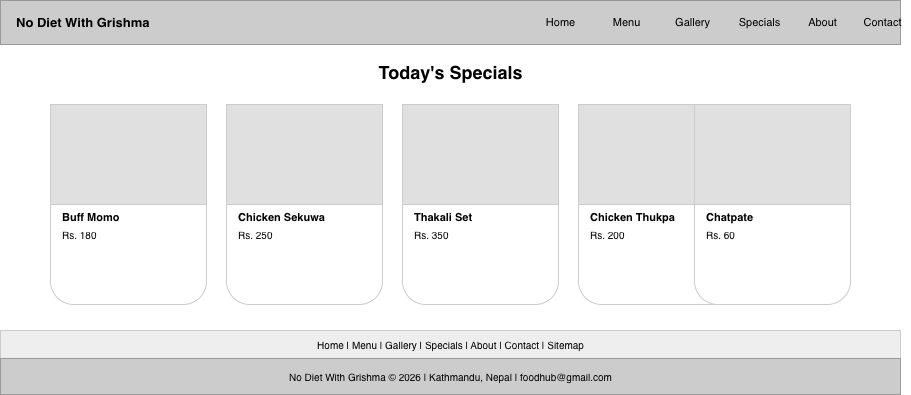
Above: wireframe/page4.png in bhattaraigrishma13-dev/IT-final-project (draw.io), before the change. Source tidied: cells renumbered, new cells last; positions are measured from the earlier drawing's top-left corner, leaving out a move shared by most shapes.
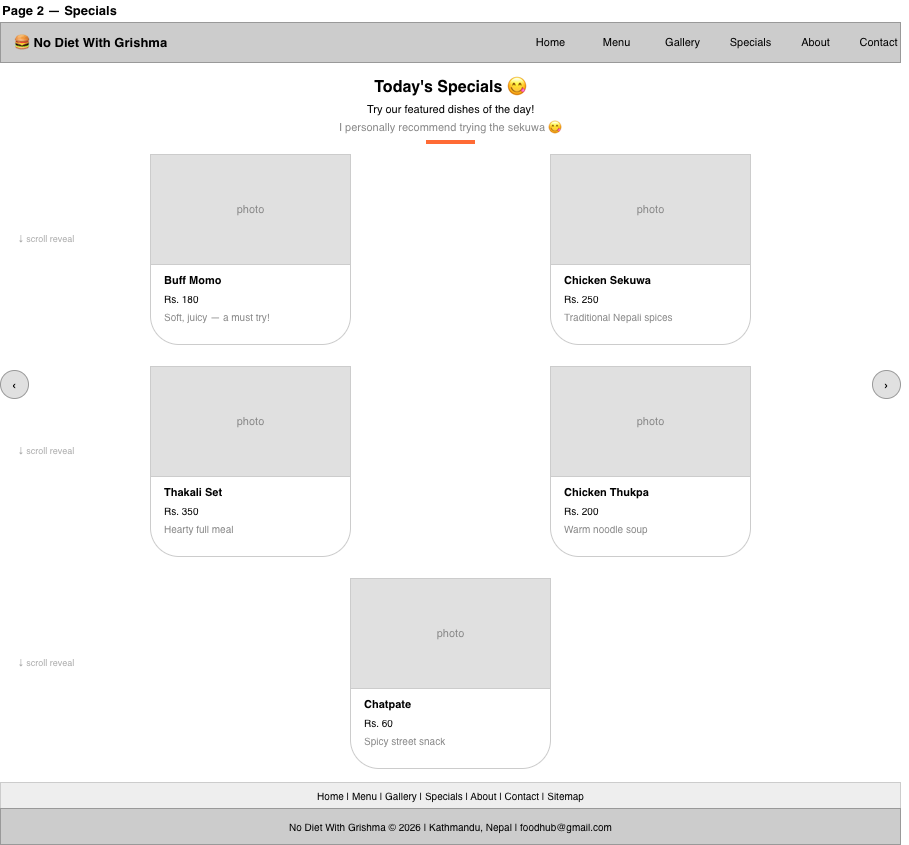
After the commit.

What changed in the source:
```diff
@@ -2,98 +2,155 @@
   <root>
     <mxCell id="0" />
     <mxCell id="1" parent="0" />
-    <mxCell id="2" style="fillColor=#cccccc;strokeColor=#999999;" parent="1" vertex="1">
-      <mxGeometry width="900" height="44" as="geometry" />
+    <mxCell id="2" value="Page 2 — Specials" style="text;html=1;align=left;verticalAlign=middle;fontSize=13;fontStyle=1;" parent="1" vertex="1">
+      <mxGeometry width="220" height="20" as="geometry" />
     </mxCell>
-    <mxCell id="3" value="No Diet With Grishma" style="text;html=1;align=left;verticalAlign=middle;fontSize=13;fontStyle=1;" parent="1" vertex="1">
-      <mxGeometry x="14" y="10" width="220" height="24" as="geometry" />
+    <mxCell id="3" style="fillColor=#cccccc;strokeColor=#999999;" parent="1" vertex="1">
+      <mxGeometry y="22" width="900" height="40" as="geometry" />
     </mxCell>
-    <mxCell id="4" value="Home" style="text;html=1;align=center;verticalAlign=middle;fontSize=11;" parent="1" vertex="1">
-      <mxGeometry x="530" y="10" width="60" height="24" as="geometry" />
+    <mxCell id="4" value="🍔 No Diet With Grishma" style="text;html=1;align=left;verticalAlign=middle;fontSize=13;fontStyle=1;" parent="1" vertex="1">
+      <mxGeometry x="12" y="30" width="220" height="24" as="geometry" />
     </mxCell>
-    <mxCell id="5" value="Menu" style="text;html=1;align=center;verticalAlign=middle;fontSize=11;" parent="1" vertex="1">
-      <mxGeometry x="596" y="10" width="60" height="24" as="geometry" />
+    <mxCell id="5" value="Home" style="text;html=1;align=center;verticalAlign=middle;fontSize=11;" parent="1" vertex="1">
+      <mxGeometry x="520" y="30" width="60" height="24" as="geometry" />
     </mxCell>
-    <mxCell id="6" value="Gallery" style="text;html=1;align=center;verticalAlign=middle;fontSize=11;" parent="1" vertex="1">
-      <mxGeometry x="662" y="10" width="60" height="24" as="geometry" />
+    <mxCell id="6" value="Menu" style="text;html=1;align=center;verticalAlign=middle;fontSize=11;" parent="1" vertex="1">
+      <mxGeometry x="586" y="30" width="60" height="24" as="geometry" />
     </mxCell>
-    <mxCell id="7" value="Specials" style="text;html=1;align=center;verticalAlign=middle;fontSize=11;" parent="1" vertex="1">
-      <mxGeometry x="728" y="10" width="62" height="24" as="geometry" />
+    <mxCell id="7" value="Gallery" style="text;html=1;align=center;verticalAlign=middle;fontSize=11;" parent="1" vertex="1">
+      <mxGeometry x="652" y="30" width="60" height="24" as="geometry" />
     </mxCell>
-    <mxCell id="8" value="About" style="text;html=1;align=center;verticalAlign=middle;fontSize=11;" parent="1" vertex="1">
-      <mxGeometry x="796" y="10" width="52" height="24" as="geometry" />
+    <mxCell id="8" value="Specials" style="text;html=1;align=center;verticalAlign=middle;fontSize=11;" parent="1" vertex="1">
+      <mxGeometry x="718" y="30" width="64" height="24" as="geometry" />
     </mxCell>
-    <mxCell id="9" value="Contact" style="text;html=1;align=center;verticalAlign=middle;fontSize=11;" parent="1" vertex="1">
-      <mxGeometry x="854" y="10" width="56" height="24" as="geometry" />
+    <mxCell id="9" value="About" style="text;html=1;align=center;verticalAlign=middle;fontSize=11;" parent="1" vertex="1">
+      <mxGeometry x="788" y="30" width="54" height="24" as="geometry" />
     </mxCell>
-    <mxCell id="10" value="Today's Specials" style="text;html=1;align=center;verticalAlign=middle;fontSize=18;fontStyle=1;" parent="1" vertex="1">
-      <mxGeometry x="280" y="58" width="340" height="28" as="geometry" />
+    <mxCell id="10" value="Contact" style="text;html=1;align=center;verticalAlign=middle;fontSize=11;" parent="1" vertex="1">
+      <mxGeometry x="848" y="30" width="60" height="24" as="geometry" />
     </mxCell>
-    <mxCell id="11" style="fillColor=#ffffff;strokeColor=#cccccc;rounded=1;" parent="1" vertex="1">
-      <mxGeometry x="50" y="104" width="156" height="200" as="geometry" />
+    <mxCell id="11" value="‹" style="ellipse;fillColor=#e0e0e0;strokeColor=#999999;fontSize=14;align=center;verticalAlign=middle;" parent="1" vertex="1">
+      <mxGeometry y="370" width="28" height="28" as="geometry" />
     </mxCell>
-    <mxCell id="12" style="fillColor=#e0e0e0;strokeColor=#cccccc;" parent="1" vertex="1">
-      <mxGeometry x="50" y="104" width="156" height="100" as="geometry" />
+    <mxCell id="12" value="›" style="ellipse;fillColor=#e0e0e0;strokeColor=#999999;fontSize=14;align=center;verticalAlign=middle;" parent="1" vertex="1">
+      <mxGeometry x="872" y="370" width="28" height="28" as="geometry" />
     </mxCell>
-    <mxCell id="13" value="Buff Momo" style="text;html=1;align=left;verticalAlign=middle;fontSize=11;fontStyle=1;" parent="1" vertex="1">
-      <mxGeometry x="60" y="208" width="130" height="18" as="geometry" />
+    <mxCell id="13" value="Today's Specials 😋" style="text;html=1;align=center;verticalAlign=middle;fontSize=16;fontStyle=1;" parent="1" vertex="1">
+      <mxGeometry x="250" y="74" width="400" height="26" as="geometry" />
     </mxCell>
-    <mxCell id="14" value="Rs. 180" style="text;html=1;align=left;verticalAlign=middle;fontSize=10;" parent="1" vertex="1">
-      <mxGeometry x="60" y="226" width="100" height="16" as="geometry" />
+    <mxCell id="14" value="Try our featured dishes of the day!" style="text;html=1;align=center;verticalAlign=middle;fontSize=11;" parent="1" vertex="1">
+      <mxGeometry x="250" y="100" width="400" height="18" as="geometry" />
     </mxCell>
-    <mxCell id="15" style="fillColor=#ffffff;strokeColor=#cccccc;rounded=1;" parent="1" vertex="1">
-      <mxGeometry x="226" y="104" width="156" height="200" as="geometry" />
+    <mxCell id="15" value="I personally recommend trying the sekuwa 😋" style="text;html=1;align=center;verticalAlign=middle;fontSize=11;fontColor=#888888;" parent="1" vertex="1">
+      <mxGeometry x="200" y="118" width="500" height="18" as="geometry" />
     </mxCell>
-    <mxCell id="16" style="fillColor=#e0e0e0;strokeColor=#cccccc;" parent="1" vertex="1">
-      <mxGeometry x="226" y="104" width="156" height="100" as="geometry" />
+    <mxCell id="16" style="fillColor=#ff6b35;strokeColor=#ff6b35;" parent="1" vertex="1">
+      <mxGeometry x="426" y="140" width="48" height="3" as="geometry" />
     </mxCell>
-    <mxCell id="17" value="Chicken Sekuwa" style="text;html=1;align=left;verticalAlign=middle;fontSize=11;fontStyle=1;" parent="1" vertex="1">
-      <mxGeometry x="236" y="208" width="140" height="18" as="geometry" />
+    <mxCell id="17" style="fillColor=#ffffff;strokeColor=#cccccc;rounded=1;" parent="1" vertex="1">
+      <mxGeometry x="150" y="154" width="200" height="190" as="geometry" />
     </mxCell>
-    <mxCell id="18" value="Rs. 250" style="text;html=1;align=left;verticalAlign=middle;fontSize=10;" parent="1" vertex="1">
-      <mxGeometry x="236" y="226" width="100" height="16" as="geometry" />
+    <mxCell id="18" style="fillColor=#e0e0e0;strokeColor=#cccccc;" parent="1" vertex="1">
+      <mxGeometry x="150" y="154" width="200" height="110" as="geometry" />
     </mxCell>
-    <mxCell id="19" style="fillColor=#ffffff;strokeColor=#cccccc;rounded=1;" parent="1" vertex="1">
-      <mxGeometry x="402" y="104" width="156" height="200" as="geometry" />
+    <mxCell id="19" value="photo" style="text;html=1;align=center;verticalAlign=middle;fontSize=11;fontColor=#888888;" parent="1" vertex="1">
+      <mxGeometry x="150" y="194" width="200" height="30" as="geometry" />
     </mxCell>
-    <mxCell id="20" style="fillColor=#e0e0e0;strokeColor=#cccccc;" parent="1" vertex="1">
-      <mxGeometry x="402" y="104" width="156" height="100" as="geometry" />
+    <mxCell id="20" value="Buff Momo" style="text;html=1;align=left;verticalAlign=middle;fontSize=11;fontStyle=1;" parent="1" vertex="1">
+      <mxGeometry x="162" y="270" width="160" height="20" as="geometry" />
     </mxCell>
-    <mxCell id="21" value="Thakali Set" style="text;html=1;align=left;verticalAlign=middle;fontSize=11;fontStyle=1;" parent="1" vertex="1">
-      <mxGeometry x="412" y="208" width="130" height="18" as="geometry" />
+    <mxCell id="21" value="Rs. 180" style="text;html=1;align=left;verticalAlign=middle;fontSize=10;" parent="1" vertex="1">
+      <mxGeometry x="162" y="290" width="100" height="16" as="geometry" />
     </mxCell>
-    <mxCell id="22" value="Rs. 350" style="text;html=1;align=left;verticalAlign=middle;fontSize=10;" parent="1" vertex="1">
-      <mxGeometry x="412" y="226" width="100" height="16" as="geometry" />
+    <mxCell id="22" value="Soft, juicy — a must try!" style="text;html=1;align=left;verticalAlign=middle;fontSize=10;fontColor=#888888;" parent="1" vertex="1">
+      <mxGeometry x="162" y="308" width="170" height="16" as="geometry" />
     </mxCell>
-    <mxCell id="23" style="fillColor=#ffffff;strokeColor=#cccccc;rounded=1;" parent="1" vertex="1">
-      <mxGeometry x="578" y="104" width="156" height="200" as="geometry" />
+    <mxCell id="23" value="↓ scroll reveal" style="text;html=1;align=left;verticalAlign=middle;fontSize=9;fontColor=#aaaaaa;" parent="1" vertex="1">
+      <mxGeometry x="16" y="230" width="100" height="18" as="geometry" />
     </mxCell>
-    <mxCell id="24" style="fillColor=#e0e0e0;strokeColor=#cccccc;" parent="1" vertex="1">
-      <mxGeometry x="578" y="104" width="156" height="100" as="geometry" />
+    <mxCell id="24" style="fillColor=#ffffff;strokeColor=#cccccc;rounded=1;" parent="1" vertex="1">
+      <mxGeometry x="550" y="154" width="200" height="190" as="geometry" />
     </mxCell>
-    <mxCell id="25" value="Chicken Thukpa" style="text;html=1;align=left;verticalAlign=middle;fontSize=11;fontStyle=1;" parent="1" vertex="1">
-      <mxGeometry x="588" y="208" width="140" height="18" as="geometry" />
+    <mxCell id="25" style="fillColor=#e0e0e0;strokeColor=#cccccc;" parent="1" vertex="1">
+      <mxGeometry x="550" y="154" width="200" height="110" as="geometry" />
     </mxCell>
-    <mxCell id="26" value="Rs. 200" style="text;html=1;align=left;verticalAlign=middle;fontSize=10;" parent="1" vertex="1">
-      <mxGeometry x="588" y="226" width="100" height="16" as="geometry" />
+    <mxCell id="26" value="photo" style="text;html=1;align=center;verticalAlign=middle;fontSize=11;fontColor=#888888;" parent="1" vertex="1">
+      <mxGeometry x="550" y="194" width="200" height="30" as="geometry" />
     </mxCell>
-    <mxCell id="27" style="fillColor=#ffffff;strokeColor=#cccccc;rounded=1;" parent="1" vertex="1">
-      <mxGeometry x="694" y="104" width="156" height="200" as="geometry" />
+    <mxCell id="27" value="Chicken Sekuwa" style="text;html=1;align=left;verticalAlign=middle;fontSize=11;fontStyle=1;" parent="1" vertex="1">
+      <mxGeometry x="562" y="270" width="160" height="20" as="geometry" />
     </mxCell>
-    <mxCell id="28" style="fillColor=#e0e0e0;strokeColor=#cccccc;" parent="1" vertex="1">
-      <mxGeometry x="694" y="104" width="156" height="100" as="geometry" />
+    <mxCell id="28" value="Rs. 250" style="text;html=1;align=left;verticalAlign=middle;fontSize=10;" parent="1" vertex="1">
+      <mxGeometry x="562" y="290" width="100" height="16" as="geometry" />
     </mxCell>
-    <mxCell id="29" value="Chatpate" style="text;html=1;align=left;verticalAlign=middle;fontSize=11;fontStyle=1;" parent="1" vertex="1">
-      <mxGeometry x="704" y="208" width="130" height="18" as="geometry" />
+    <mxCell id="29" value="Traditional Nepali spices" style="text;html=1;align=left;verticalAlign=middle;fontSize=10;fontColor=#888888;" parent="1" vertex="1">
+      <mxGeometry x="562" y="308" width="170" height="16" as="geometry" />
     </mxCell>
-    <mxCell id="30" value="Rs. 60" style="text;html=1;align=left;verticalAlign=middle;fontSize=10;" parent="1" vertex="1">
-      <mxGeometry x="704" y="226" width="100" height="16" as="geometry" />
+    <mxCell id="30" style="fillColor=#ffffff;strokeColor=#cccccc;rounded=1;" parent="1" vertex="1">
+      <mxGeometry x="150" y="366" width="200" height="190" as="geometry" />
     </mxCell>
-    <mxCell id="31" value="Home | Menu | Gallery | Specials | About | Contact | Sitemap" style="text;html=1;align=center;verticalAlign=middle;fontSize=10;fillColor=#eeeeee;strokeColor=#cccccc;" parent="1" vertex="1">
-      <mxGeometry y="330" width="900" height="28" as="geometry" />
+    <mxCell id="31" style="fillColor=#e0e0e0;strokeColor=#cccccc;" parent="1" vertex="1">
+      <mxGeometry x="150" y="366" width="200" height="110" as="geometry" />
     </mxCell>
-    <mxCell id="32" value="No Diet With Grishma © 2026 | Kathmandu, Nepal | foodhub@gmail.com" style="text;html=1;align=center;verticalAlign=middle;fontSize=10;fillColor=#cccccc;strokeColor=#999999;" parent="1" vertex="1">
-      <mxGeometry y="358" width="900" height="36" as="geometry" />
+    <mxCell id="32" value="photo" style="text;html=1;align=center;verticalAlign=middle;fontSize=11;fontColor=#888888;" parent="1" vertex="1">
+      <mxGeometry x="150" y="406" width="200" height="30" as="geometry" />
     </mxCell>
+    <mxCell id="33" value="Thakali Set" style="text;html=1;align=left;verticalAlign=middle;fontSize=11;fontStyle=1;" parent="1" vertex="1">
+      <mxGeometry x="162" y="482" width="160" height="20" as="geometry" />
+    </mxCell>
+    <mxCell id="34" value="Rs. 350" style="text;html=1;align=left;verticalAlign=middle;fontSize=10;" parent="1" vertex="1">
+      <mxGeometry x="162" y="502" width="100" height="16" as="geometry" />
+    </mxCell>
+    <mxCell id="35" value="Hearty full meal" style="text;html=1;align=left;verticalAlign=middle;fontSize=10;fontColor=#888888;" parent="1" vertex="1">
+      <mxGeometry x="162" y="520" width="170" height="16" as="geometry" />
+    </mxCell>
+    <mxCell id="36" value="↓ scroll reveal" style="text;html=1;align=left;verticalAlign=middle;fontSize=9;fontColor=#aaaaaa;" parent="1" vertex="1">
+      <mxGeometry x="16" y="442" width="100" height="18" as="geometry" />
+    </mxCell>
+    <mxCell id="37" style="fillColor=#ffffff;strokeColor=#cccccc;rounded=1;" parent="1" vertex="1">
+      <mxGeometry x="550" y="366" width="200" height="190" as="geometry" />
+    </mxCell>
+    <mxCell id="38" style="fillColor=#e0e0e0;strokeColor=#cccccc;" parent="1" vertex="1">
+      <mxGeometry x="550" y="366" width="200" height="110" as="geometry" />
+    </mxCell>
+    <mxCell id="39" value="photo" style="text;html=1;align=center;verticalAlign=middle;fontSize=11;fontColor=#888888;" parent="1" vertex="1">
+      <mxGeometry x="550" y="406" width="200" height="30" as="geometry" />
+    </mxCell>
+    <mxCell id="40" value="Chicken Thukpa" style="text;html=1;align=left;verticalAlign=middle;fontSize=11;fontStyle=1;" parent="1" vertex="1">
+      <mxGeometry x="562" y="482" width="160" height="20" as="geometry" />
+    </mxCell>
+    <mxCell id="41" value="Rs. 200" style="text;html=1;align=left;verticalAlign=middle;fontSize=10;" parent="1" vertex="1">
+      <mxGeometry x="562" y="502" width="100" height="16" as="geometry" />
+    </mxCell>
+    <mxCell id="42" value="Warm noodle soup" style="text;html=1;align=left;verticalAlign=middle;fontSize=10;fontColor=#888888;" parent="1" vertex="1">
+      <mxGeometry x="562" y="520" width="170" height="16" as="geometry" />
+    </mxCell>
+    <mxCell id="43" style="fillColor=#ffffff;strokeColor=#cccccc;rounded=1;" parent="1" vertex="1">
+      <mxGeometry x="350" y="578" width="200" height="190" as="geometry" />
+    </mxCell>
+    <mxCell id="44" style="fillColor=#e0e0e0;strokeColor=#cccccc;" parent="1" vertex="1">
+      <mxGeometry x="350" y="578" width="200" height="110" as="geometry" />
+    </mxCell>
+    <mxCell id="45" value="photo" style="text;html=1;align=center;verticalAlign=middle;fontSize=11;fontColor=#888888;" parent="1" vertex="1">
+      <mxGeometry x="350" y="618" width="200" height="30" as="geometry" />
+    </mxCell>
+    <mxCell id="46" value="Chatpate" style="text;html=1;align=left;verticalAlign=middle;fontSize=11;fontStyle=1;" parent="1" vertex="1">
+      <mxGeometry x="362" y="694" width="160" height="20" as="geometry" />
+    </mxCell>
+    <mxCell id="47" value="Rs. 60" style="text;html=1;align=left;verticalAlign=middle;fontSize=10;" parent="1" vertex="1">
+      <mxGeometry x="362" y="714" width="100" height="16" as="geometry" />
+    </mxCell>
+    <mxCell id="48" value="Spicy street snack" style="text;html=1;align=left;verticalAlign=middle;fontSize=10;fontColor=#888888;" parent="1" vertex="1">
+      <mxGeometry x="362" y="732" width="170" height="16" as="geometry" />
+    </mxCell>
+    <mxCell id="49" value="↓ scroll reveal" style="text;html=1;align=left;verticalAlign=middle;fontSize=9;fontColor=#aaaaaa;" parent="1" vertex="1">
+      <mxGeometry x="16" y="654" width="100" height="18" as="geometry" />
+    </mxCell>
+    <mxCell id="50" value="Home | Menu | Gallery | Specials | About | Contact | Sitemap" style="text;html=1;align=center;verticalAlign=middle;fontSize=10;fillColor=#eeeeee;strokeColor=#cccccc;" parent="1" vertex="1">
+      <mxGeometry y="782" width="900" height="26" as="geometry" />
+    </mxCell>
+    <mxCell id="51" value="No Diet With Grishma © 2026 | Kathmandu, Nepal | foodhub@gmail.com" style="text;html=1;align=center;verticalAlign=middle;fontSize=10;fillColor=#cccccc;strokeColor=#999999;" parent="1" vertex="1">
+      <mxGeometry y="808" width="900" height="36" as="geometry" />
+    </mxCell>
   </root>
 </mxGraphModel>
```
